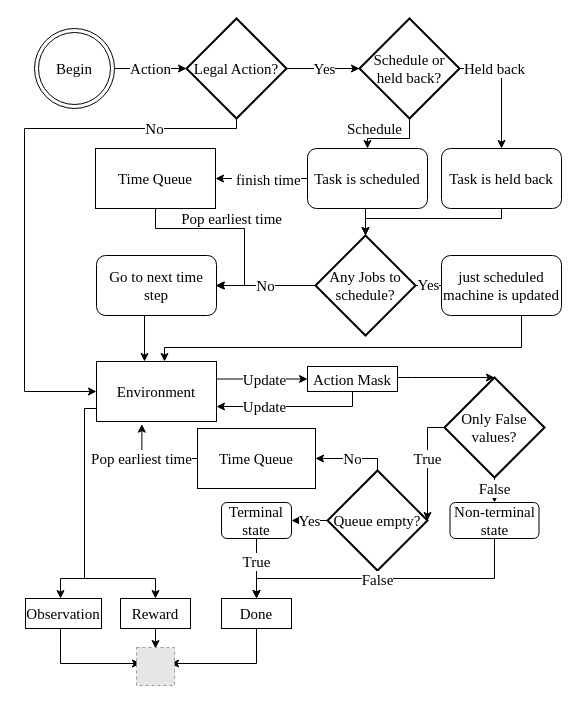
The draw.io diagram environment.drawio in felixstillger/draw_io, before the edit. Source tidied: cells renumbered, new cells numbered last; positions are measured from the earlier drawing's top-left corner, leaving out a move shared by most shapes. Both pictures are drawn from the tidied source at 100%, with x=0, y=0 at pixel (24, 18). Pictures stored in the file or linked from it are replaced by grey dashed boxes.
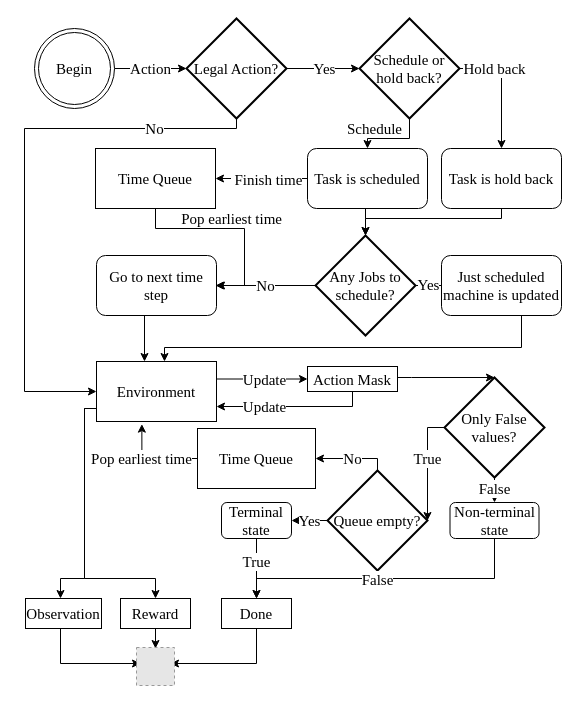
After the change.

Unchanged cells that the change refers to:
```xml
<mxCell id="11" style="edgeStyle=orthogonalEdgeStyle;rounded=0;jettySize=auto;html=1;fontFamily=Times New Roman;fontSize=15;entryX=1;entryY=0.5;entryDx=0;entryDy=0;" parent="1" edge="1" source="14" target="48">
  <mxGeometry relative="1" as="geometry" />
</mxCell>
```

Change to the diagram source:
```diff
@@
-    <mxCell id="12" value="&amp;nbsp;finish time" style="edgeLabel;html=1;align=center;verticalAlign=middle;fontSize=15;fontFamily=Times New Roman;" parent="11" vertex="1">
+    <mxCell id="12" value="&amp;nbsp;Finish time" style="edgeLabel;html=1;align=center;verticalAlign=middle;fontSize=15;fontFamily=Times New Roman;" parent="11" vertex="1">
       <mxGeometry x="0.45" relative="1" as="geometry">
         <mxPoint x="25" as="offset" />
       </mxGeometry>
     </mxCell>
@@
-    <mxCell id="28" value="just scheduled machine is updated" style="rounded=1;whiteSpace=wrap;html=1;fontFamily=Times New Roman;fontSize=15;" parent="1" vertex="1">
+    <mxCell id="28" value="Just scheduled machine is updated" style="rounded=1;whiteSpace=wrap;html=1;fontFamily=Times New Roman;fontSize=15;" parent="1" vertex="1">
       <mxGeometry x="417" y="237" width="120" height="60" as="geometry" />
     </mxCell>
@@
-    <mxCell id="30" value="Held back" style="edgeStyle=orthogonalEdgeStyle;rounded=0;jettySize=auto;html=1;entryX=0.5;entryY=0;entryDx=0;entryDy=0;fontFamily=Times New Roman;fontSize=15;" parent="1" edge="1" source="31" target="33">
+    <mxCell id="30" value="Hold back" style="edgeStyle=orthogonalEdgeStyle;rounded=0;jettySize=auto;html=1;entryX=0.5;entryY=0;entryDx=0;entryDy=0;fontFamily=Times New Roman;fontSize=15;" parent="1" edge="1" source="31" target="33">
       <mxGeometry x="-0.43" relative="1" as="geometry">
         <Array as="points">
           <mxPoint x="477" y="50" />
         </Array>
       </mxGeometry>
     </mxCell>
-    <mxCell id="31" value="Schedule or held back?" style="strokeWidth=2;html=1;shape=mxgraph.flowchart.decision;whiteSpace=wrap;fontFamily=Times New Roman;fontSize=15;" parent="1" vertex="1">
+    <mxCell id="31" value="Schedule or hold back?" style="strokeWidth=2;html=1;shape=mxgraph.flowchart.decision;whiteSpace=wrap;fontFamily=Times New Roman;fontSize=15;" parent="1" vertex="1">
       <mxGeometry x="335" width="100" height="100" as="geometry" />
     </mxCell>
@@
-    <mxCell id="33" value="Task is held back" style="rounded=1;whiteSpace=wrap;html=1;fontFamily=Times New Roman;fontSize=15;" parent="1" vertex="1">
+    <mxCell id="33" value="Task is hold back" style="rounded=1;whiteSpace=wrap;html=1;fontFamily=Times New Roman;fontSize=15;" parent="1" vertex="1">
       <mxGeometry x="417" y="130" width="120" height="60" as="geometry" />
     </mxCell>
```
